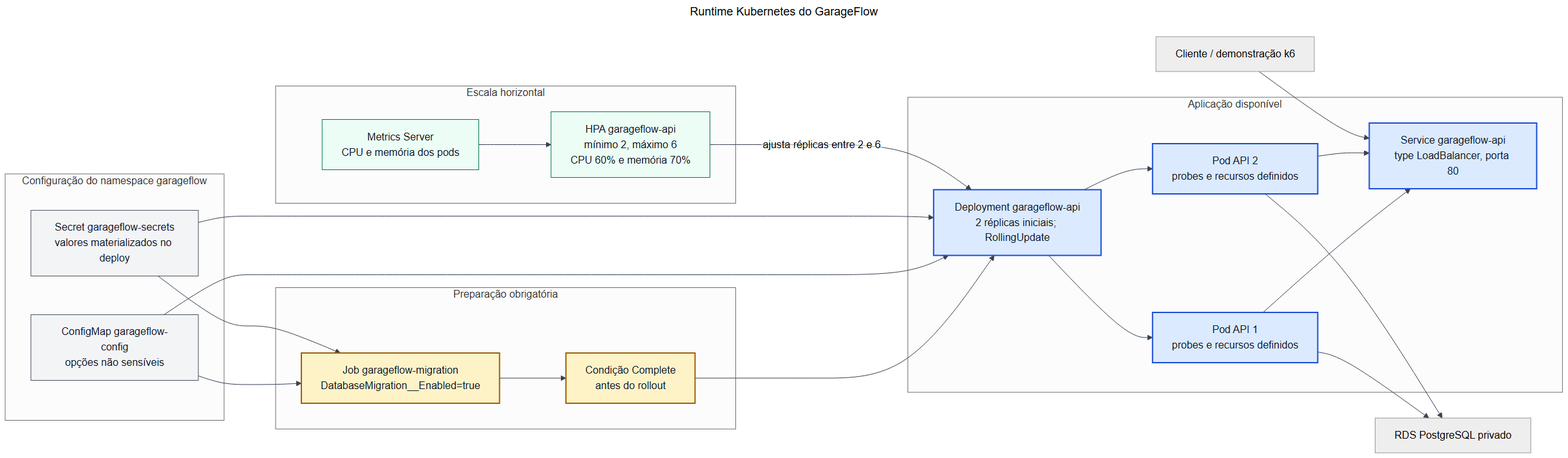
Earlier version of the Mermaid export docs/architecture/diagrams/images/kubernetes.png (DiegoRugue/GarageFlow). Its source is kept beside it as docs/architecture/diagrams/source/kubernetes.mmd.
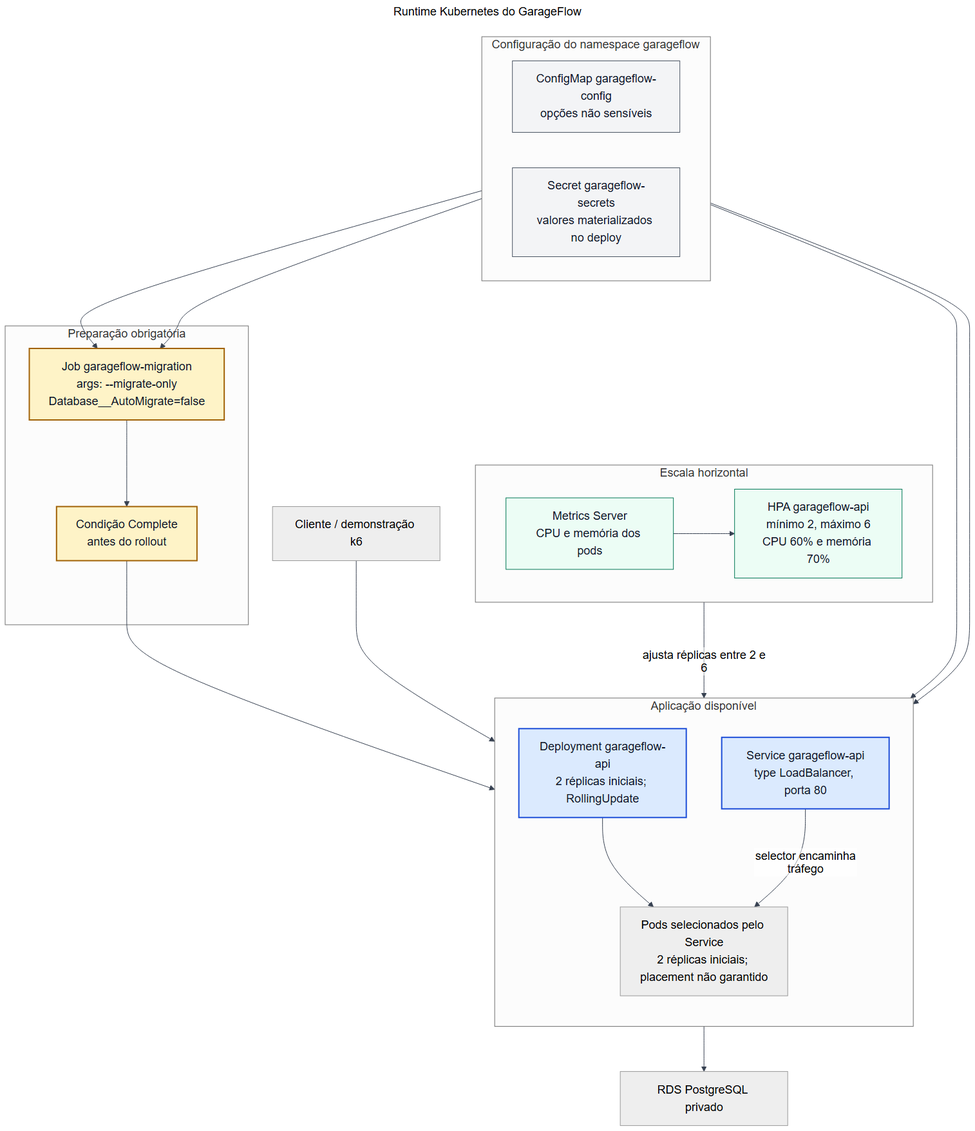
After the change.

Change to the diagram source:
```diff
@@ -1,25 +1,27 @@
 ---
 title: Runtime Kubernetes do GarageFlow
 ---
-flowchart LR
+flowchart TB
     subgraph Configuracao["Configuração do namespace garageflow"]
+        direction LR
         ConfigMap["ConfigMap garageflow-config<br/>opções não sensíveis"]
         Secret["Secret garageflow-secrets<br/>valores materializados no deploy"]
     end
 
     subgraph Preparacao["Preparação obrigatória"]
-        Job["Job garageflow-migration<br/>DatabaseMigration__Enabled=true"]
+        Job["Job garageflow-migration<br/>args: --migrate-only<br/>Database__AutoMigrate=false"]
         Complete["Condição Complete<br/>antes do rollout"]
     end
 
     subgraph Aplicacao["Aplicação disponível"]
+        direction TB
         Deployment["Deployment garageflow-api<br/>2 réplicas iniciais; RollingUpdate"]
-        Pod1["Pod API 1<br/>probes e recursos definidos"]
-        Pod2["Pod API 2<br/>probes e recursos definidos"]
         Service["Service garageflow-api<br/>type LoadBalancer, porta 80"]
+        Pods["Pods selecionados pelo Service<br/>2 réplicas iniciais; placement não garantido"]
     end
 
     subgraph Escala["Escala horizontal"]
+        direction LR
         Metrics["Metrics Server<br/>CPU e memória dos pods"]
         HPA["HPA garageflow-api<br/>mínimo 2, máximo 6<br/>CPU 60% e memória 70%"]
     end
@@ -32,13 +34,10 @@
     Job --> Complete --> Deployment
     ConfigMap --> Deployment
     Secret --> Deployment
-    Deployment --> Pod1
-    Deployment --> Pod2
-    Pod1 --> Service
-    Pod2 --> Service
+    Deployment --> Pods
     Client --> Service
-    Pod1 --> Database
-    Pod2 --> Database
+    Service -->|"selector encaminha tráfego"| Pods
+    Pods --> Database
     Metrics --> HPA
     HPA -->|"ajusta réplicas entre 2 e 6"| Deployment
 
```
